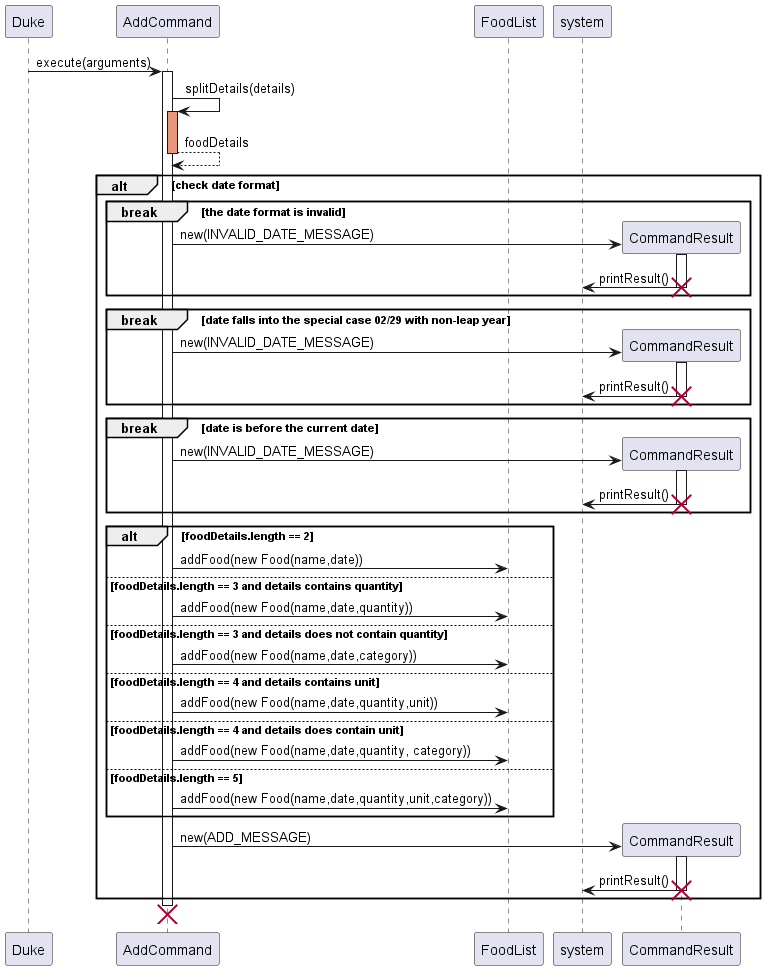
Above: docs/images/AddCommandSequenceDiagram.png in tsx0314/tp (PlantUML), before the change.
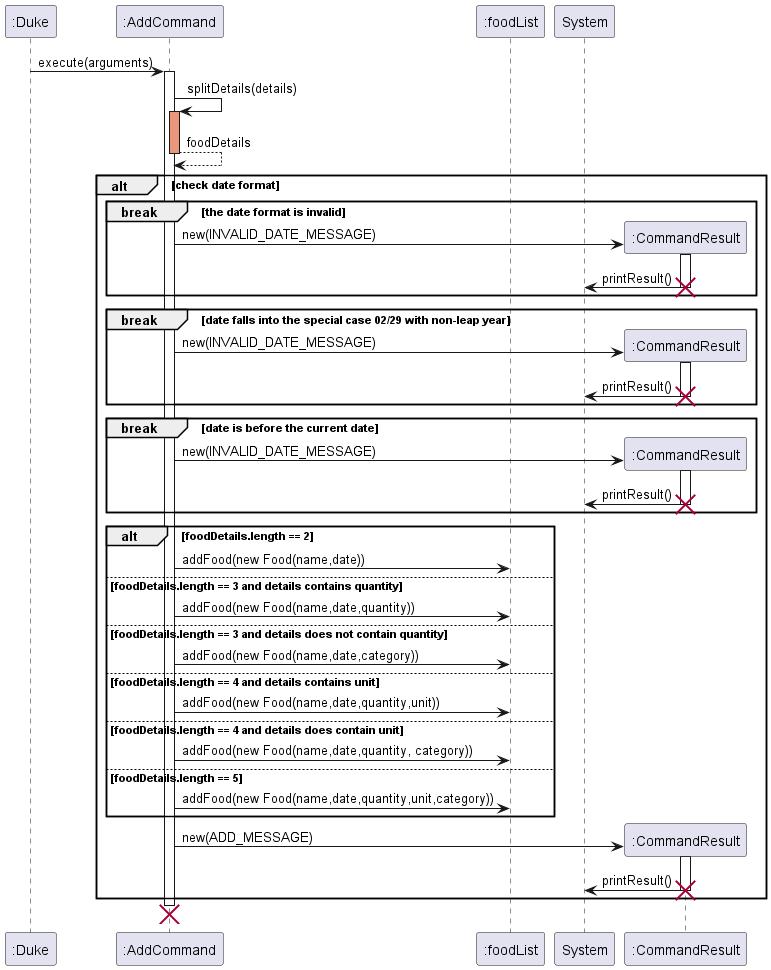
Later version of the same file.

Change to the diagram source:
```diff
@@ -1,71 +1,71 @@
 @startuml
 
-participant Duke
-participant AddCommand
-participant FoodList as foodList
+participant ":Duke"
+participant ":AddCommand"
+participant ":foodList"
 
-Duke -> AddCommand: execute(arguments)
-activate AddCommand
-AddCommand -> AddCommand: splitDetails(details)
-activate AddCommand #DarkSalmon
-AddCommand --> AddCommand: foodDetails
+":Duke" -> ":AddCommand": execute(arguments)
+activate ":AddCommand"
+":AddCommand" -> ":AddCommand": splitDetails(details)
+activate ":AddCommand" #DarkSalmon
+":AddCommand" --> ":AddCommand": foodDetails
 deactivate
 
 alt check date format
 break the date format is invalid
-create CommandResult
-AddCommand -> CommandResult: new(INVALID_DATE_MESSAGE)
-activate CommandResult
-CommandResult -> system: printResult()
+create ":CommandResult"
+":AddCommand" -> ":CommandResult": new(INVALID_DATE_MESSAGE)
+activate ":CommandResult"
+":CommandResult" -> System: printResult()
 deactivate
-destroy CommandResult
+destroy ":CommandResult"
 end
 
 break date falls into the special case 02/29 with non-leap year
-create CommandResult
-AddCommand -> CommandResult: new(INVALID_DATE_MESSAGE)
-activate CommandResult
-CommandResult -> system: printResult()
+create ":CommandResult"
+":AddCommand" -> ":CommandResult": new(INVALID_DATE_MESSAGE)
+activate ":CommandResult"
+":CommandResult" -> System: printResult()
 deactivate
-destroy CommandResult
+destroy ":CommandResult"
 
 end
 
-activate AddCommand
+activate ":AddCommand"
 break date is before the current date
-create CommandResult
-AddCommand -> CommandResult: new(INVALID_DATE_MESSAGE)
-activate CommandResult
-CommandResult -> system: printResult()
+create ":CommandResult"
+":AddCommand" -> ":CommandResult": new(INVALID_DATE_MESSAGE)
+activate ":CommandResult"
+":CommandResult" -> System: printResult()
 deactivate
-destroy CommandResult
+destroy ":CommandResult"
 end
 
-activate AddCommand
+activate ":AddCommand"
 alt foodDetails.length == 2
-foodList <- AddCommand: addFood(new Food(name,date))
+":foodList" <- ":AddCommand": addFood(new Food(name,date))
 
 else foodDetails.length == 3 and details contains quantity
-foodList <- AddCommand: addFood(new Food(name,date,quantity))
+":foodList" <- ":AddCommand": addFood(new Food(name,date,quantity))
 else foodDetails.length == 3 and details does not contain quantity
-foodList <- AddCommand: addFood(new Food(name,date,category))
+":foodList" <- ":AddCommand": addFood(new Food(name,date,category))
 else foodDetails.length == 4 and details contains unit
-foodList <- AddCommand: addFood(new Food(name,date,quantity,unit))
+":foodList" <- ":AddCommand": addFood(new Food(name,date,quantity,unit))
 else foodDetails.length == 4 and details does contain unit
-foodList <- AddCommand: addFood(new Food(name,date,quantity, category))
+":foodList" <- ":AddCommand": addFood(new Food(name,date,quantity, category))
 else foodDetails.length == 5
-foodList <- AddCommand: addFood(new Food(name,date,quantity,unit,category))
+":foodList" <- ":AddCommand": addFood(new Food(name,date,quantity,unit,category))
 end
-participant CommandResult
-create CommandResult
-AddCommand -> CommandResult: new(ADD_MESSAGE)
-activate CommandResult
-CommandResult -> system: printResult()
+participant ":CommandResult"
+create ":CommandResult"
+":AddCommand" -> ":CommandResult": new(ADD_MESSAGE)
+activate ":CommandResult"
+":CommandResult" -> System: printResult()
 deactivate
-destroy CommandResult
+destroy ":CommandResult"
 
 end
 
-destroy AddCommand
+destroy ":AddCommand"
 
 @enduml
```
